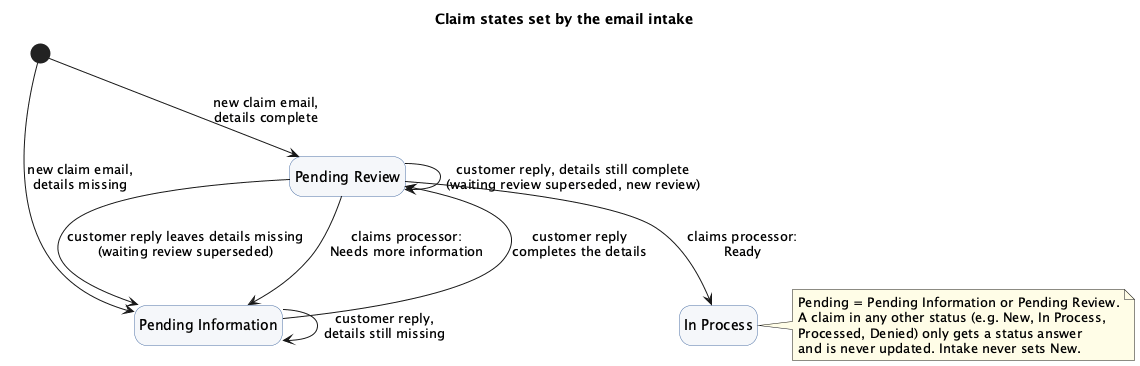
This is docs/design/claim-intake-states.png from edeandrea/non-deterministic-no-problem, a PlantUML export, as it was before one commit.
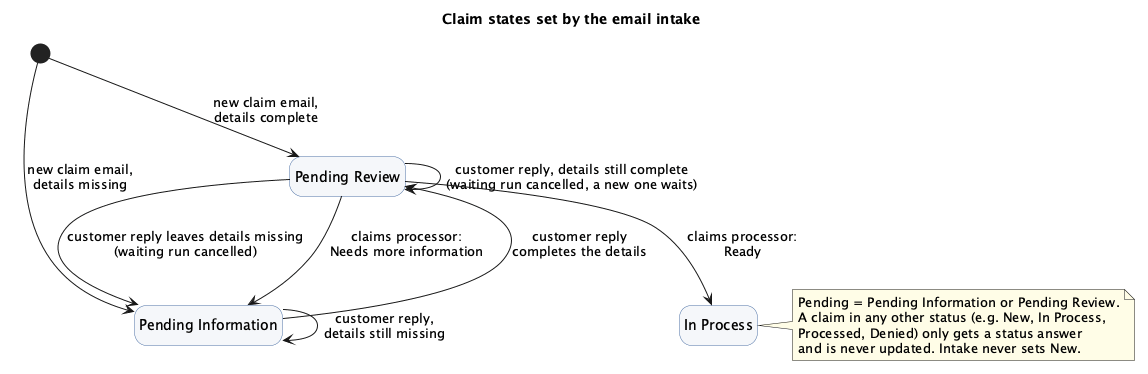
The same file after the commit.

Commit message:
Revise the email intake design for quarkus-flow (#231)

Diff of the diagram source:
```diff
@@ -17,8 +17,8 @@
 PI --> PI : customer reply,\ndetails still missing
 PI --> PR : customer reply\ncompletes the details
 
-PR --> PR : customer reply, details still complete\n(waiting review superseded, new review)
-PR --> PI : customer reply leaves details missing\n(waiting review superseded)
+PR --> PR : customer reply, details still complete\n(waiting run cancelled, a new one waits)
+PR --> PI : customer reply leaves details missing\n(waiting run cancelled)
 PR --> PI : claims processor:\nNeeds more information
 PR --> IP : claims processor:\nReady
 
```
